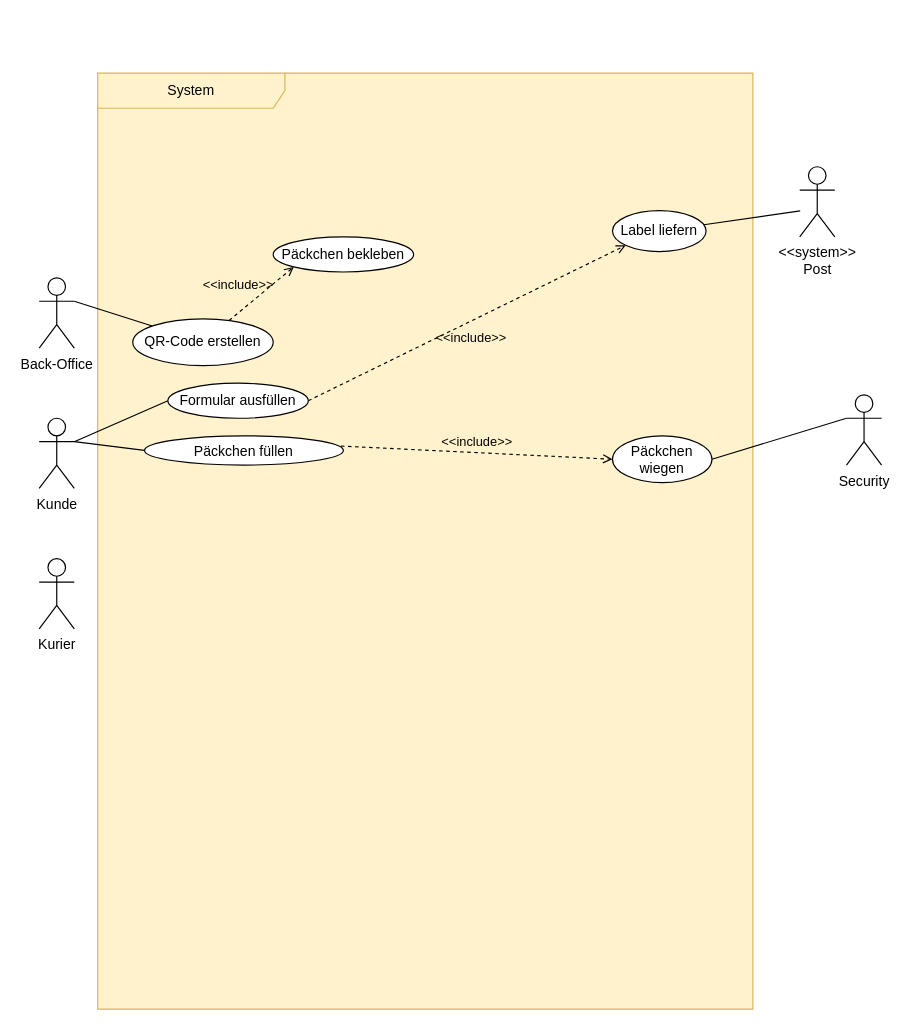
ferreric/ffhs_swem keeps this draw.io diagram as lb_use-case-big.drawio. Above is the earlier version. Source tidied: cells renumbered, new cells numbered last; positions are measured from the earlier drawing's top-left corner, leaving out a move shared by most shapes. Both pictures are drawn from the tidied source at 117%, with x=0, y=0 at pixel (39, 73).
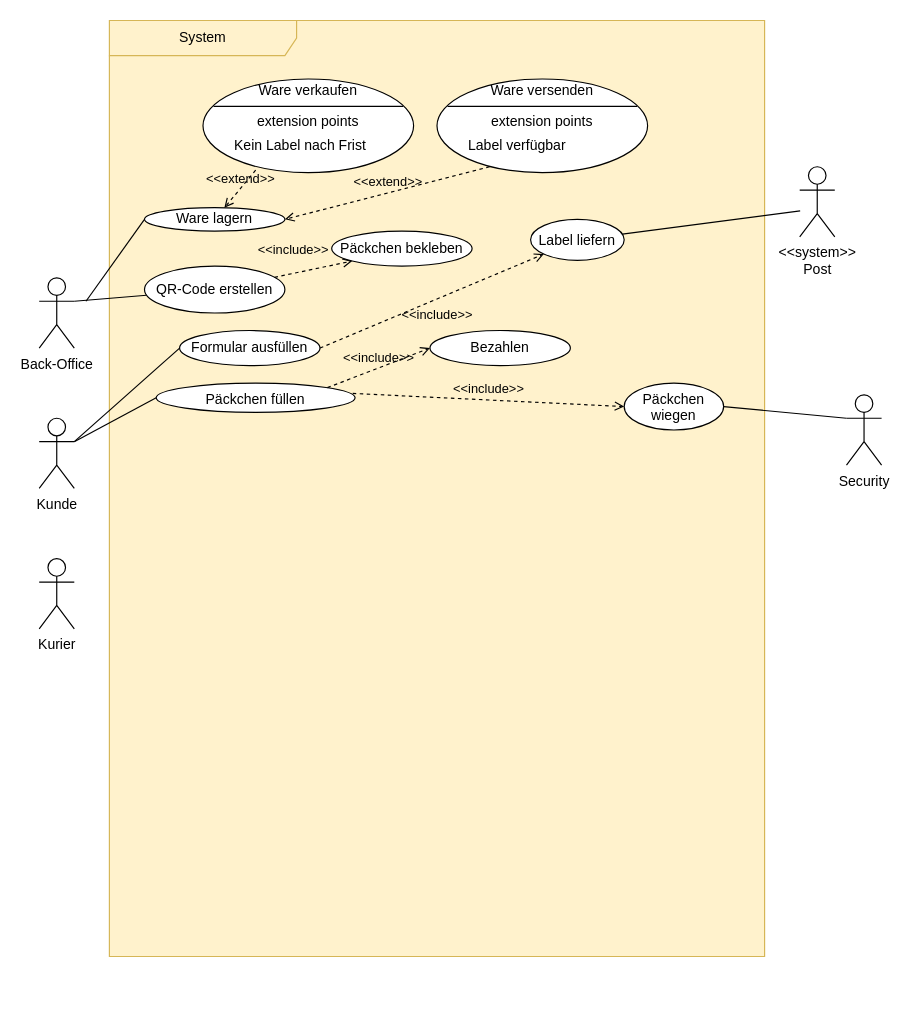
After the change.

The change refers to these unchanged cells:
```xml
<mxCell id="3" value="&lt;div&gt;Päckchen füllen&lt;/div&gt;" style="ellipse;whiteSpace=wrap;html=1;verticalAlign=top;" parent="2" vertex="1">
  <mxGeometry x="40" y="310" width="170" height="25" as="geometry" />
</mxCell>
```

What changed in the source:
```diff
@@
     <mxCell id="2" value="System" style="shape=umlFrame;whiteSpace=wrap;html=1;width=160;fillStyle=auto;fillColor=#fff2cc;strokeColor=#d6b656;noLabel=0;gradientColor=none;swimlaneFillColor=#FFF2CC;" parent="1" vertex="1">
-      <mxGeometry x="50" width="560" height="800" as="geometry" />
+      <mxGeometry x="60" y="-45" width="560" height="800" as="geometry" />
     </mxCell>
@@
     <mxCell id="5" value="Label liefern" style="ellipse;whiteSpace=wrap;html=1;dashed=0;" parent="2" vertex="1">
-      <mxGeometry x="440" y="117.5" width="80" height="35" as="geometry" />
+      <mxGeometry x="360" y="170" width="80" height="35" as="geometry" />
     </mxCell>
@@
     <mxCell id="7" value="Päckchen bekleben" style="ellipse;whiteSpace=wrap;html=1;" parent="2" vertex="1">
-      <mxGeometry x="150" y="140" width="120" height="30" as="geometry" />
+      <mxGeometry x="190" y="180" width="120" height="30" as="geometry" />
     </mxCell>
@@
+    <mxCell id="22" value="Bezahlen" style="ellipse;whiteSpace=wrap;html=1;" parent="2" vertex="1">
+      <mxGeometry x="274" y="265" width="120" height="30" as="geometry" />
+    </mxCell>
+    <mxCell id="23" value="Ware lagern" style="ellipse;whiteSpace=wrap;html=1;" parent="2" vertex="1">
+      <mxGeometry x="30" y="160" width="120" height="20" as="geometry" />
+    </mxCell>
+    <mxCell id="24" style="shape=ellipse;horizontal=1;html=1;dashed=0;" parent="2" vertex="1">
+      <mxGeometry x="80" y="50" width="180" height="80" as="geometry" />
+    </mxCell>
+    <mxCell id="25" value="Ware verkaufen" style="html=1;strokeColor=none;fillColor=none;align=center;verticalAlign=middle;whiteSpace=wrap;" parent="24" vertex="1">
+      <mxGeometry width="180" height="20" as="geometry" />
+    </mxCell>
+    <mxCell id="26" style="line;strokeWidth=1;fillColor=none;labelPosition=right;dashed=0;" parent="24" vertex="1">
+      <mxGeometry x="9" y="20" width="162" height="6.7" as="geometry" />
+    </mxCell>
+    <mxCell id="27" value="extension points" style="text;html=1;align=center;verticalAlign=middle;fillColor=none;strokeColor=none;whiteSpace=wrap;" parent="24" vertex="1">
+      <mxGeometry y="26.7" width="180" height="20" as="geometry" />
+    </mxCell>
+    <mxCell id="28" value="Kein Label nach Frist" style="text;html=1;align=left;verticalAlign=middle;spacingLeft=25;fillColor=none;strokeColor=none;whiteSpace=wrap;" parent="24" vertex="1">
+      <mxGeometry y="46.7" width="180" height="20" as="geometry" />
+    </mxCell>
+    <mxCell id="29" value="&amp;lt;&amp;lt;include&amp;gt;&amp;gt;" style="html=1;verticalAlign=bottom;labelBackgroundColor=none;endArrow=open;endFill=0;dashed=1;rounded=0;entryX=0;entryY=0.5;entryDx=0;entryDy=0;exitX=1;exitY=0;exitDx=0;exitDy=0;" parent="2" edge="1" source="3" target="22">
+      <mxGeometry relative="1" as="geometry" />
+    </mxCell>
+    <mxCell id="30" value="&amp;lt;&amp;lt;extend&amp;gt;&amp;gt;" style="html=1;verticalAlign=bottom;labelBackgroundColor=none;endArrow=open;endFill=0;dashed=1;rounded=0;exitX=0.25;exitY=0.975;exitDx=0;exitDy=0;exitPerimeter=0;" parent="2" edge="1" source="24" target="23">
+      <mxGeometry relative="1" as="geometry" />
+    </mxCell>
@@
+    <mxCell id="31" style="endArrow=none;html=1;rounded=0;entryX=0;entryY=0.5;entryDx=0;entryDy=0;" parent="1" edge="1" target="23">
+      <mxGeometry relative="1" as="geometry">
+        <mxPoint x="40" y="195" as="sourcePoint" />
+      </mxGeometry>
+    </mxCell>
+    <mxCell id="32" style="shape=ellipse;horizontal=1;html=1;dashed=0;" parent="1" vertex="1">
+      <mxGeometry x="340" y="5" width="180" height="80" as="geometry" />
+    </mxCell>
+    <mxCell id="33" value="Ware versenden" style="html=1;strokeColor=none;fillColor=none;align=center;verticalAlign=middle;whiteSpace=wrap;" parent="32" vertex="1">
+      <mxGeometry width="180" height="20" as="geometry" />
+    </mxCell>
+    <mxCell id="34" style="line;strokeWidth=1;fillColor=none;labelPosition=right;dashed=0;" parent="32" vertex="1">
+      <mxGeometry x="9" y="20" width="162" height="6.7" as="geometry" />
+    </mxCell>
+    <mxCell id="35" value="extension points" style="text;html=1;align=center;verticalAlign=middle;fillColor=none;strokeColor=none;whiteSpace=wrap;" parent="32" vertex="1">
+      <mxGeometry y="26.7" width="180" height="20" as="geometry" />
+    </mxCell>
+    <mxCell id="36" value="Label verfügbar" style="text;html=1;align=left;verticalAlign=middle;spacingLeft=25;fillColor=none;strokeColor=none;whiteSpace=wrap;" parent="32" vertex="1">
+      <mxGeometry y="46.7" width="180" height="20" as="geometry" />
+    </mxCell>
+    <mxCell id="37" value="&amp;lt;&amp;lt;extend&amp;gt;&amp;gt;" style="html=1;verticalAlign=bottom;labelBackgroundColor=none;endArrow=open;endFill=0;dashed=1;rounded=0;exitX=0.25;exitY=0.938;exitDx=0;exitDy=0;exitPerimeter=0;entryX=1;entryY=0.5;entryDx=0;entryDy=0;" parent="1" edge="1" source="32" target="23">
+      <mxGeometry relative="1" as="geometry" />
+    </mxCell>
```
